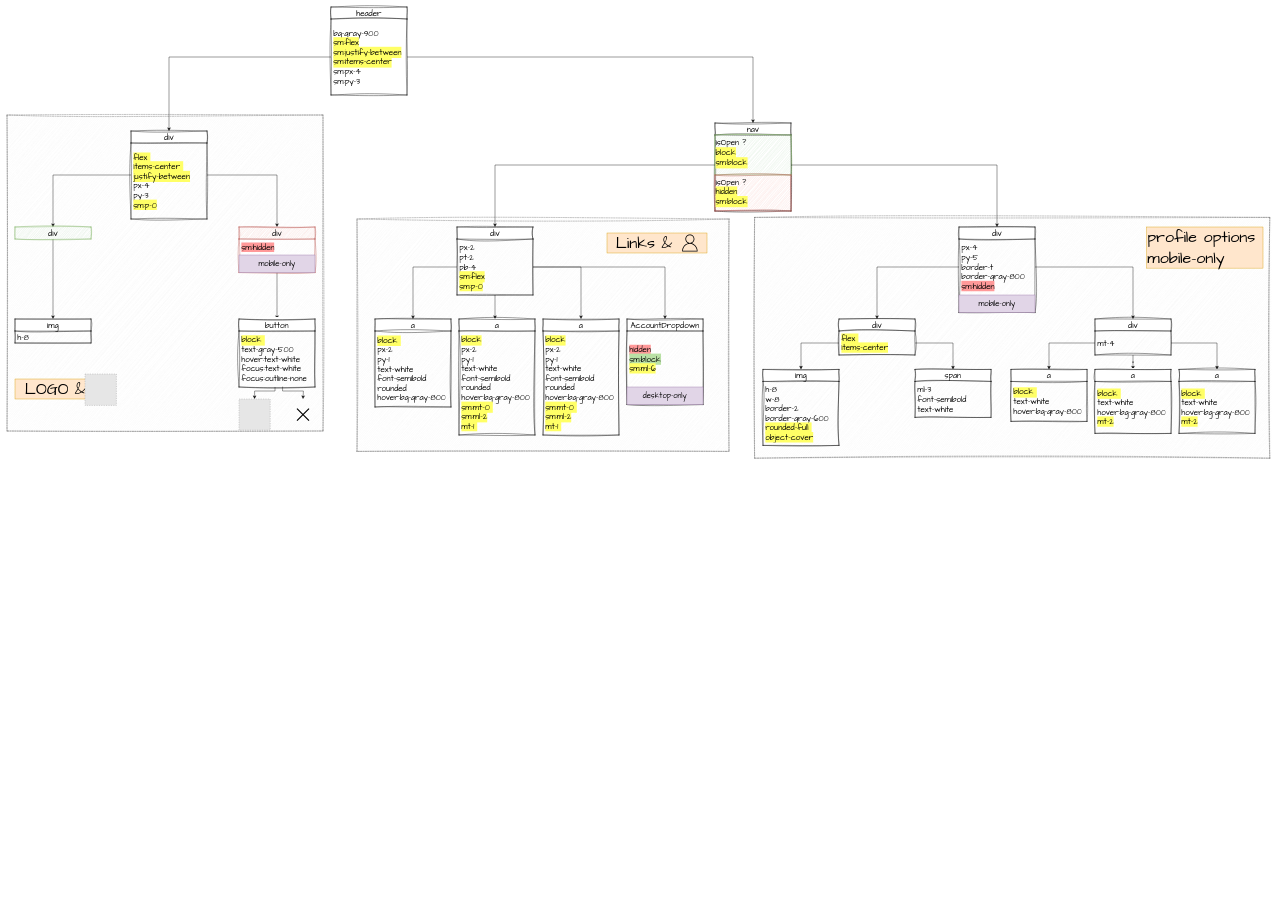
Earlier version of the draw.io diagram Untitled Diagram.drawio (Meehhrraann/mern-course-jobify). Source tidied: cells renumbered, new cells numbered last; positions are measured from the earlier drawing's top-left corner, leaving out a move shared by most shapes. Both pictures are drawn from the tidied source at 40%, with x=0, y=0 at pixel (7, 7). Pictures stored in the file or linked from it are replaced by grey dashed boxes.
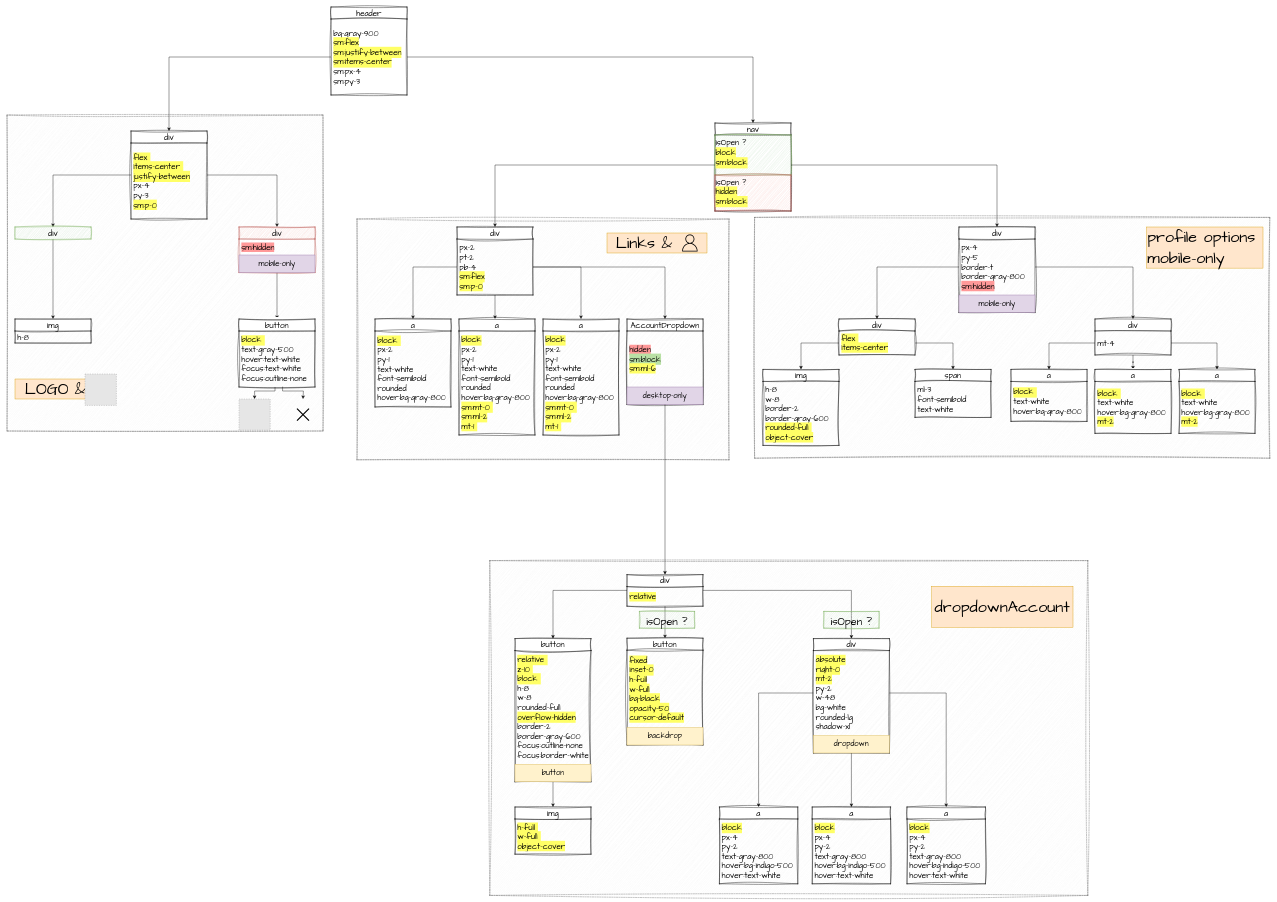
After the change.

Unchanged cells that the change refers to:
```xml
<mxCell id="46" value="AccountDropdown" style="swimlane;fontStyle=0;horizontal=1;startSize=30;whiteSpace=wrap;html=1;sketch=1;hachureGap=4;jiggle=2;curveFitting=1;fontFamily=Architects Daughter;fontSize=20;" parent="1" vertex="1">
  <mxGeometry x="1550" y="780" width="190" height="214" as="geometry" />
</mxCell>
```

Diff of the diagram source:
```diff
@@
+    <mxCell id="76" style="rounded=0;whiteSpace=wrap;html=1;dashed=1;fontFamily=Architects Daughter;fillColor=#f5f5f5;fontColor=#333333;strokeColor=#666666;sketch=1;curveFitting=1;jiggle=2;" parent="1" vertex="1">
+      <mxGeometry x="1207" y="1384" width="1495" height="837" as="geometry" />
+    </mxCell>
@@
     <mxCell id="4" style="rounded=0;whiteSpace=wrap;html=1;dashed=1;fontFamily=Architects Daughter;fillColor=#f5f5f5;fontColor=#333333;strokeColor=#666666;sketch=1;curveFitting=1;jiggle=2;" parent="1" vertex="1">
-      <mxGeometry x="875" y="530" width="930" height="581" as="geometry" />
+      <mxGeometry x="875" y="530" width="930" height="602" as="geometry" />
     </mxCell>
@@
+    <mxCell id="77" style="endArrow=classic;html=1;rounded=0;exitX=0.5;exitY=1;exitDx=0;exitDy=0;entryX=0.5;entryY=0;entryDx=0;entryDy=0;" parent="1" edge="1" source="46" target="81">
+      <mxGeometry relative="1" as="geometry" />
+    </mxCell>
+    <mxCell id="78" style="edgeStyle=orthogonalEdgeStyle;rounded=0;jettySize=auto;html=1;" parent="1" edge="1" source="81" target="84">
+      <mxGeometry relative="1" as="geometry" />
+    </mxCell>
+    <mxCell id="79" style="edgeStyle=orthogonalEdgeStyle;rounded=0;jettySize=auto;html=1;" parent="1" edge="1" source="81" target="87">
+      <mxGeometry relative="1" as="geometry" />
+    </mxCell>
+    <mxCell id="80" style="edgeStyle=orthogonalEdgeStyle;rounded=0;jettySize=auto;html=1;" parent="1" edge="1" source="81" target="91">
+      <mxGeometry relative="1" as="geometry" />
+    </mxCell>
+    <mxCell id="81" value="div" style="swimlane;fontStyle=0;horizontal=1;startSize=30;whiteSpace=wrap;html=1;sketch=1;hachureGap=4;jiggle=2;curveFitting=1;fontFamily=Architects Daughter;fontSize=20;" parent="1" vertex="1">
+      <mxGeometry x="1550" y="1419" width="190" height="79" as="geometry" />
+    </mxCell>
+    <mxCell id="82" value="&lt;span style=&quot;background-color: rgb(255, 255, 102);&quot;&gt;relative&lt;/span&gt;" style="text;strokeColor=none;fillColor=none;align=left;verticalAlign=middle;spacingLeft=4;spacingRight=4;overflow=hidden;whiteSpace=wrap;html=1;fontSize=20;fontFamily=Architects Daughter;" parent="81" vertex="1">
+      <mxGeometry y="30" width="190" height="49" as="geometry" />
+    </mxCell>
+    <mxCell id="83" style="edgeStyle=orthogonalEdgeStyle;rounded=0;jettySize=auto;html=1;entryX=0.5;entryY=0;entryDx=0;entryDy=0;" parent="1" edge="1" source="84" target="100">
+      <mxGeometry relative="1" as="geometry" />
+    </mxCell>
+    <mxCell id="84" value="button" style="swimlane;fontStyle=0;horizontal=1;startSize=30;whiteSpace=wrap;html=1;sketch=1;hachureGap=4;jiggle=2;curveFitting=1;fontFamily=Architects Daughter;fontSize=20;" parent="1" vertex="1">
+      <mxGeometry x="1270" y="1579" width="190" height="358" as="geometry" />
+    </mxCell>
+    <mxCell id="85" value="&lt;div&gt;&lt;span style=&quot;background-color: rgb(255, 255, 102);&quot;&gt;relative&amp;nbsp;&lt;/span&gt;&lt;/div&gt;&lt;div&gt;&lt;span style=&quot;background-color: rgb(255, 255, 102);&quot;&gt;z-10&amp;nbsp;&lt;/span&gt;&lt;/div&gt;&lt;div&gt;&lt;span style=&quot;background-color: rgb(255, 255, 102);&quot;&gt;block&amp;nbsp;&lt;/span&gt;&lt;/div&gt;&lt;div&gt;h-8&amp;nbsp;&lt;/div&gt;&lt;div&gt;w-8&amp;nbsp;&lt;/div&gt;&lt;div&gt;rounded-full&amp;nbsp;&lt;/div&gt;&lt;div&gt;&lt;span style=&quot;background-color: rgb(255, 255, 102);&quot;&gt;overflow-hidden&lt;/span&gt;&amp;nbsp;&lt;/div&gt;&lt;div&gt;border-2&amp;nbsp;&lt;/div&gt;&lt;div&gt;border-gray-600&amp;nbsp;&lt;/div&gt;&lt;div&gt;focus:outline-none&amp;nbsp;&lt;/div&gt;&lt;div&gt;focus:border-white&lt;/div&gt;" style="text;strokeColor=none;fillColor=none;align=left;verticalAlign=middle;spacingLeft=4;spacingRight=4;overflow=hidden;whiteSpace=wrap;html=1;fontSize=20;fontFamily=Architects Daughter;" parent="84" vertex="1">
+      <mxGeometry y="30" width="190" height="284" as="geometry" />
+    </mxCell>
+    <mxCell id="86" value="&lt;font face=&quot;Architects Daughter&quot; style=&quot;font-size: 19px;&quot;&gt;button&lt;br style=&quot;font-size: 19px;&quot;&gt;&lt;/font&gt;" style="text;html=1;strokeColor=#d6b656;fillColor=#fff2cc;align=center;verticalAlign=middle;whiteSpace=wrap;rounded=0;fontSize=19;labelBackgroundColor=none;" parent="84" vertex="1">
+      <mxGeometry y="314" width="190" height="44" as="geometry" />
+    </mxCell>
+    <mxCell id="87" value="button" style="swimlane;fontStyle=0;horizontal=1;startSize=30;whiteSpace=wrap;html=1;sketch=1;hachureGap=4;jiggle=2;curveFitting=1;fontFamily=Architects Daughter;fontSize=20;" parent="1" vertex="1">
+      <mxGeometry x="1550" y="1578" width="190" height="267" as="geometry" />
+    </mxCell>
+    <mxCell id="88" value="&lt;span style=&quot;background-color: rgb(255, 255, 102);&quot;&gt;fixed &lt;br&gt;inset-0 &lt;br&gt;h-full &lt;br&gt;w-full &lt;br&gt;bg-black &lt;br&gt;opacity-50 &lt;br&gt;cursor-default&lt;/span&gt;" style="text;strokeColor=none;fillColor=none;align=left;verticalAlign=middle;spacingLeft=4;spacingRight=4;overflow=hidden;whiteSpace=wrap;html=1;fontSize=20;fontFamily=Architects Daughter;" parent="87" vertex="1">
+      <mxGeometry y="30" width="190" height="193" as="geometry" />
+    </mxCell>
+    <mxCell id="89" value="&lt;font face=&quot;Architects Daughter&quot; style=&quot;font-size: 19px;&quot;&gt;backdrop&lt;br style=&quot;font-size: 19px;&quot;&gt;&lt;/font&gt;" style="text;html=1;strokeColor=#d6b656;fillColor=#fff2cc;align=center;verticalAlign=middle;whiteSpace=wrap;rounded=0;fontSize=19;labelBackgroundColor=none;" parent="87" vertex="1">
+      <mxGeometry y="223" width="190" height="44" as="geometry" />
+    </mxCell>
+    <mxCell id="90" style="edgeStyle=orthogonalEdgeStyle;rounded=0;jettySize=auto;html=1;exitX=0.5;exitY=1;exitDx=0;exitDy=0;entryX=0.5;entryY=0;entryDx=0;entryDy=0;" parent="1" edge="1" source="91" target="96">
+      <mxGeometry relative="1" as="geometry" />
+    </mxCell>
+    <mxCell id="91" value="div" style="swimlane;fontStyle=0;horizontal=1;startSize=30;whiteSpace=wrap;html=1;sketch=1;hachureGap=4;jiggle=2;curveFitting=1;fontFamily=Architects Daughter;fontSize=20;" parent="1" vertex="1">
+      <mxGeometry x="2016" y="1579" width="190" height="286" as="geometry" />
+    </mxCell>
+    <mxCell id="92" value="&lt;div&gt;&lt;span style=&quot;background-color: rgb(255, 255, 102);&quot;&gt;absolute&lt;/span&gt;&amp;nbsp;&lt;/div&gt;&lt;div&gt;&lt;span style=&quot;background-color: rgb(255, 255, 102);&quot;&gt;right-0&lt;/span&gt;&amp;nbsp;&lt;/div&gt;&lt;div&gt;&lt;span style=&quot;background-color: rgb(255, 255, 102);&quot;&gt;mt-2&lt;/span&gt;&amp;nbsp;&lt;/div&gt;&lt;div&gt;py-2&amp;nbsp;&lt;/div&gt;&lt;div&gt;w-48&amp;nbsp;&lt;/div&gt;&lt;div&gt;bg-white&amp;nbsp;&lt;/div&gt;&lt;div&gt;rounded-lg&amp;nbsp;&lt;/div&gt;&lt;div&gt;shadow-xl&lt;/div&gt;" style="text;strokeColor=none;fillColor=none;align=left;verticalAlign=middle;spacingLeft=4;spacingRight=4;overflow=hidden;points=[[0,0.5],[1,0.5]];portConstraint=eastwest;whiteSpace=wrap;html=1;fontSize=20;fontFamily=Architects Daughter;" parent="91" vertex="1">
+      <mxGeometry y="30" width="190" height="212" as="geometry" />
+    </mxCell>
+    <mxCell id="93" value="&lt;font face=&quot;Architects Daughter&quot; style=&quot;font-size: 19px;&quot;&gt;dropdown&lt;br style=&quot;font-size: 19px;&quot;&gt;&lt;/font&gt;" style="text;html=1;strokeColor=#d6b656;fillColor=#fff2cc;align=center;verticalAlign=middle;whiteSpace=wrap;rounded=0;fontSize=19;labelBackgroundColor=none;" parent="91" vertex="1">
+      <mxGeometry y="242" width="190" height="44" as="geometry" />
+    </mxCell>
+    <mxCell id="94" value="a" style="swimlane;fontStyle=0;horizontal=1;startSize=30;whiteSpace=wrap;html=1;sketch=1;hachureGap=4;jiggle=2;curveFitting=1;fontFamily=Architects Daughter;fontSize=20;" parent="1" vertex="1">
+      <mxGeometry x="1781" y="2000" width="196" height="192" as="geometry" />
+    </mxCell>
+    <mxCell id="95" value="&lt;div&gt;&lt;div&gt;&lt;span style=&quot;background-color: rgb(255, 255, 102);&quot;&gt;block&lt;/span&gt;&amp;nbsp;&lt;/div&gt;&lt;div&gt;px-4&amp;nbsp;&lt;/div&gt;&lt;div&gt;py-2&amp;nbsp;&lt;/div&gt;&lt;div&gt;text-gray-800&amp;nbsp;&lt;/div&gt;&lt;div&gt;hover:bg-indigo-500&amp;nbsp;&lt;/div&gt;&lt;div&gt;hover:text-white&lt;/div&gt;&lt;/div&gt;" style="text;strokeColor=none;fillColor=none;align=left;verticalAlign=middle;spacingLeft=4;spacingRight=4;overflow=hidden;whiteSpace=wrap;html=1;fontSize=20;fontFamily=Architects Daughter;" parent="94" vertex="1">
+      <mxGeometry y="30" width="196" height="162" as="geometry" />
+    </mxCell>
+    <mxCell id="96" value="a" style="swimlane;fontStyle=0;horizontal=1;startSize=30;whiteSpace=wrap;html=1;sketch=1;hachureGap=4;jiggle=2;curveFitting=1;fontFamily=Architects Daughter;fontSize=20;" parent="1" vertex="1">
+      <mxGeometry x="2013" y="2000" width="196" height="192" as="geometry" />
+    </mxCell>
+    <mxCell id="97" value="&lt;div&gt;&lt;div&gt;&lt;span style=&quot;background-color: rgb(255, 255, 102);&quot;&gt;block&lt;/span&gt;&amp;nbsp;&lt;/div&gt;&lt;div&gt;px-4&amp;nbsp;&lt;/div&gt;&lt;div&gt;py-2&amp;nbsp;&lt;/div&gt;&lt;div&gt;text-gray-800&amp;nbsp;&lt;/div&gt;&lt;div&gt;hover:bg-indigo-500&amp;nbsp;&lt;/div&gt;&lt;div&gt;hover:text-white&lt;/div&gt;&lt;/div&gt;" style="text;strokeColor=none;fillColor=none;align=left;verticalAlign=middle;spacingLeft=4;spacingRight=4;overflow=hidden;whiteSpace=wrap;html=1;fontSize=20;fontFamily=Architects Daughter;" parent="96" vertex="1">
+      <mxGeometry y="30" width="196" height="162" as="geometry" />
+    </mxCell>
+    <mxCell id="98" value="a" style="swimlane;fontStyle=0;horizontal=1;startSize=30;whiteSpace=wrap;html=1;sketch=1;hachureGap=4;jiggle=2;curveFitting=1;fontFamily=Architects Daughter;fontSize=20;" parent="1" vertex="1">
+      <mxGeometry x="2250" y="2000" width="196" height="192" as="geometry" />
+    </mxCell>
+    <mxCell id="99" value="&lt;div&gt;&lt;div&gt;&lt;span style=&quot;background-color: rgb(255, 255, 102);&quot;&gt;block&lt;/span&gt;&amp;nbsp;&lt;/div&gt;&lt;div&gt;px-4&amp;nbsp;&lt;/div&gt;&lt;div&gt;py-2&amp;nbsp;&lt;/div&gt;&lt;div&gt;text-gray-800&amp;nbsp;&lt;/div&gt;&lt;div&gt;hover:bg-indigo-500&amp;nbsp;&lt;/div&gt;&lt;div&gt;hover:text-white&lt;/div&gt;&lt;/div&gt;" style="text;strokeColor=none;fillColor=none;align=left;verticalAlign=middle;spacingLeft=4;spacingRight=4;overflow=hidden;whiteSpace=wrap;html=1;fontSize=20;fontFamily=Architects Daughter;" parent="98" vertex="1">
+      <mxGeometry y="30" width="196" height="162" as="geometry" />
+    </mxCell>
+    <mxCell id="100" value="img" style="swimlane;fontStyle=0;horizontal=1;startSize=30;whiteSpace=wrap;html=1;sketch=1;hachureGap=4;jiggle=2;curveFitting=1;fontFamily=Architects Daughter;fontSize=20;" parent="1" vertex="1">
+      <mxGeometry x="1270" y="2000" width="190" height="118" as="geometry" />
+    </mxCell>
+    <mxCell id="101" value="&lt;div&gt;&lt;span style=&quot;background-color: rgb(255, 255, 102);&quot;&gt;h-full&amp;nbsp;&lt;/span&gt;&lt;/div&gt;&lt;div&gt;&lt;span style=&quot;background-color: rgb(255, 255, 102);&quot;&gt;w-full&amp;nbsp;&lt;/span&gt;&lt;/div&gt;&lt;div&gt;&lt;span style=&quot;background-color: rgb(255, 255, 102);&quot;&gt;object-cover&lt;/span&gt;&lt;/div&gt;" style="text;strokeColor=none;fillColor=none;align=left;verticalAlign=middle;spacingLeft=4;spacingRight=4;overflow=hidden;whiteSpace=wrap;html=1;fontSize=20;fontFamily=Architects Daughter;" parent="100" vertex="1">
+      <mxGeometry y="30" width="190" height="88" as="geometry" />
+    </mxCell>
+    <mxCell id="102" style="edgeStyle=orthogonalEdgeStyle;rounded=0;jettySize=auto;html=1;exitX=0;exitY=0.5;exitDx=0;exitDy=0;entryX=0.5;entryY=0;entryDx=0;entryDy=0;" parent="1" edge="1" source="92" target="94">
+      <mxGeometry relative="1" as="geometry" />
+    </mxCell>
+    <mxCell id="103" style="edgeStyle=orthogonalEdgeStyle;rounded=0;jettySize=auto;html=1;exitX=1;exitY=0.5;exitDx=0;exitDy=0;entryX=0.5;entryY=0;entryDx=0;entryDy=0;" parent="1" edge="1" source="92" target="98">
+      <mxGeometry relative="1" as="geometry" />
+    </mxCell>
+    <mxCell id="104" value="&lt;font face=&quot;Architects Daughter&quot;&gt;dropdownAccount&lt;br&gt;&lt;/font&gt;" style="text;html=1;strokeColor=#d79b00;fillColor=#ffe6cc;align=center;verticalAlign=middle;whiteSpace=wrap;rounded=0;fontSize=40;" parent="1" vertex="1">
+      <mxGeometry x="2312" y="1448" width="353" height="102.8" as="geometry" />
+    </mxCell>
+    <mxCell id="105" value="&lt;font face=&quot;Architects Daughter&quot;&gt;&lt;font style=&quot;font-size: 27px;&quot;&gt;isOpen ?&lt;/font&gt;&lt;br&gt;&lt;/font&gt;" style="text;html=1;strokeColor=#82b366;fillColor=#d5e8d4;align=center;verticalAlign=middle;whiteSpace=wrap;rounded=0;fontSize=40;sketch=1;curveFitting=1;jiggle=2;" parent="1" vertex="1">
+      <mxGeometry x="1581" y="1511" width="138" height="41.8" as="geometry" />
+    </mxCell>
+    <mxCell id="106" value="&lt;font face=&quot;Architects Daughter&quot;&gt;&lt;font style=&quot;font-size: 27px;&quot;&gt;isOpen ?&lt;/font&gt;&lt;br&gt;&lt;/font&gt;" style="text;html=1;strokeColor=#82b366;fillColor=#d5e8d4;align=center;verticalAlign=middle;whiteSpace=wrap;rounded=0;fontSize=40;sketch=1;curveFitting=1;jiggle=2;" parent="1" vertex="1">
+      <mxGeometry x="2042" y="1511" width="138" height="41.8" as="geometry" />
+    </mxCell>
```
